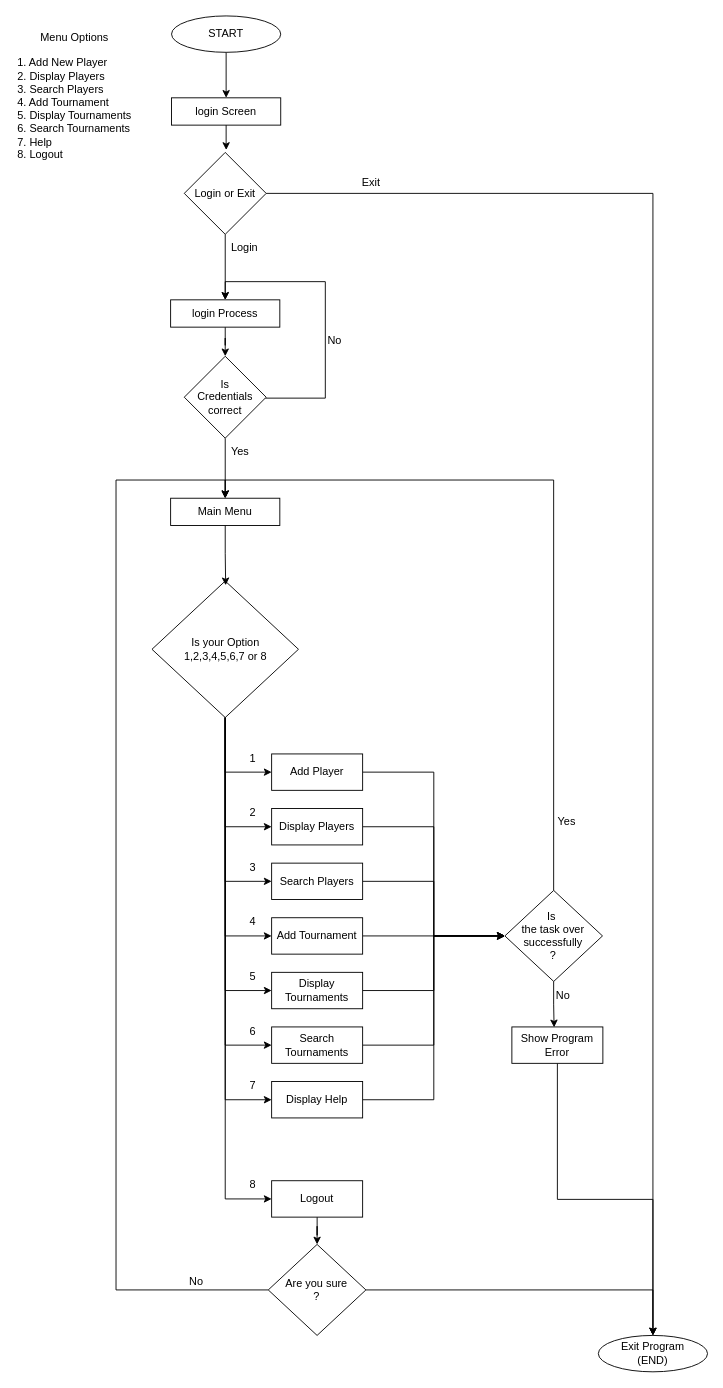
The draw.io diagram javaChessAcademy.drawio in Anuja-jayasinghe/DrawIo_Projects, before the edit. Source tidied: cells renumbered, new cells numbered last; positions are measured from the earlier drawing's top-left corner, leaving out a move shared by most shapes. Both pictures are drawn from the tidied source at 91%, with x=0, y=0 at pixel (15, 15).
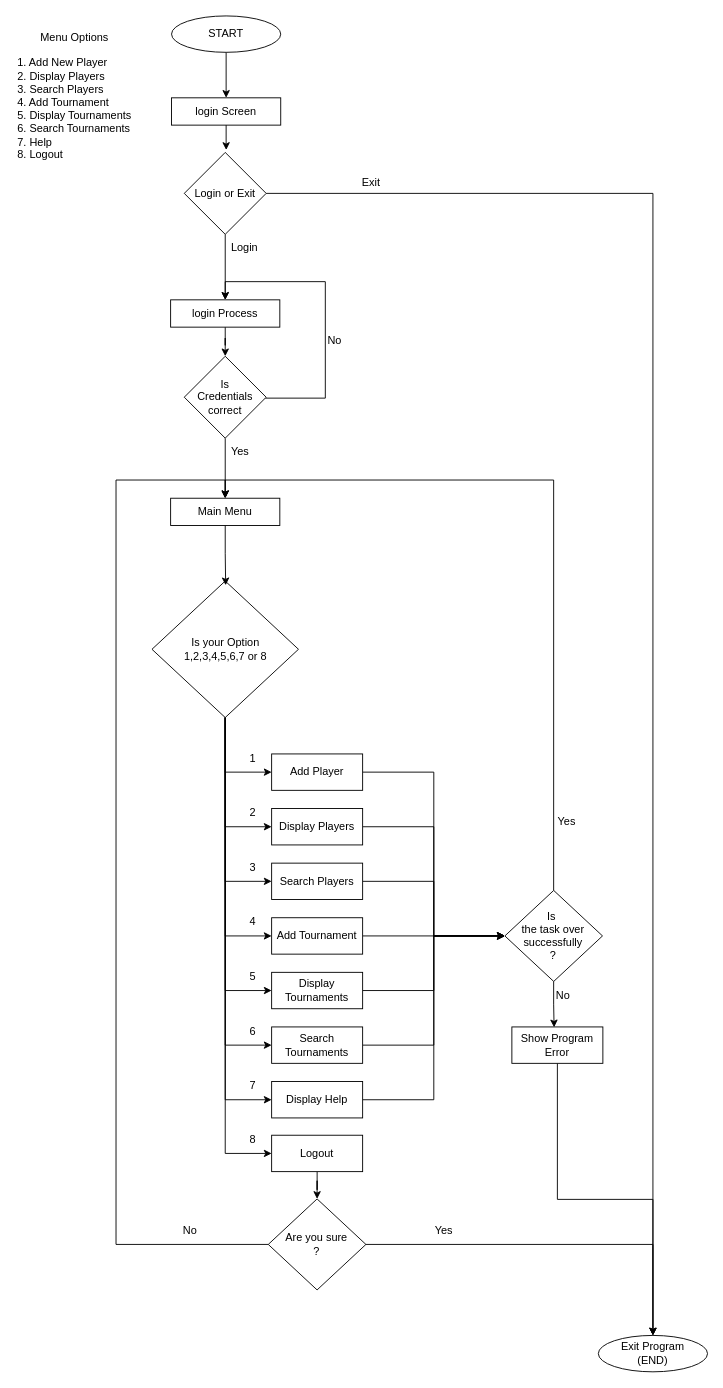
After the change.

Unchanged cells that the change refers to:
```xml
<mxCell id="19" value="Main Menu" style="rounded=0;whiteSpace=wrap;html=1;" parent="1" vertex="1">
  <mxGeometry x="170" y="530" width="120" height="30" as="geometry" />
</mxCell>
```

The edit, as a diff of the source:
```diff
@@
     <mxCell id="46" value="Logout" style="rounded=0;whiteSpace=wrap;html=1;" parent="1" vertex="1">
-      <mxGeometry x="281" y="1280" width="100" height="40" as="geometry" />
+      <mxGeometry x="281" y="1230" width="100" height="40" as="geometry" />
     </mxCell>
@@
     <mxCell id="54" value="8" style="text;html=1;align=center;verticalAlign=middle;strokeColor=none;fillColor=none;" parent="1" vertex="1">
-      <mxGeometry x="245" y="1270" width="30" height="30" as="geometry" />
+      <mxGeometry x="245" y="1220" width="30" height="30" as="geometry" />
     </mxCell>
@@
     <mxCell id="63" style="edgeStyle=orthogonalEdgeStyle;rounded=0;jettySize=auto;html=1;entryX=0.5;entryY=0;entryDx=0;entryDy=0;" parent="1" edge="1" source="64" target="19">
       <mxGeometry relative="1" as="geometry">
         <Array as="points">
-          <mxPoint x="110" y="1400" />
+          <mxPoint x="110" y="1350" />
           <mxPoint x="110" y="510" />
           <mxPoint x="230" y="510" />
         </Array>
       </mxGeometry>
     </mxCell>
     <mxCell id="64" value="&lt;div&gt;Are you sure&lt;/div&gt;&lt;div&gt;?&lt;/div&gt;" style="rhombus;whiteSpace=wrap;html=1;align=center;" parent="1" vertex="1">
-      <mxGeometry x="277.3" y="1350" width="107.3" height="100" as="geometry" />
+      <mxGeometry x="277.3" y="1300" width="107.3" height="100" as="geometry" />
     </mxCell>
     <mxCell id="65" value="No" style="text;html=1;align=center;verticalAlign=middle;strokeColor=none;fillColor=none;" parent="1" vertex="1">
-      <mxGeometry x="178" y="1376" width="40" height="30" as="geometry" />
+      <mxGeometry x="171" y="1320" width="40" height="30" as="geometry" />
     </mxCell>
+    <mxCell id="66" value="Yes" style="text;html=1;align=center;verticalAlign=middle;strokeColor=none;fillColor=none;" parent="1" vertex="1">
+      <mxGeometry x="450" y="1320" width="40" height="30" as="geometry" />
+    </mxCell>
```
